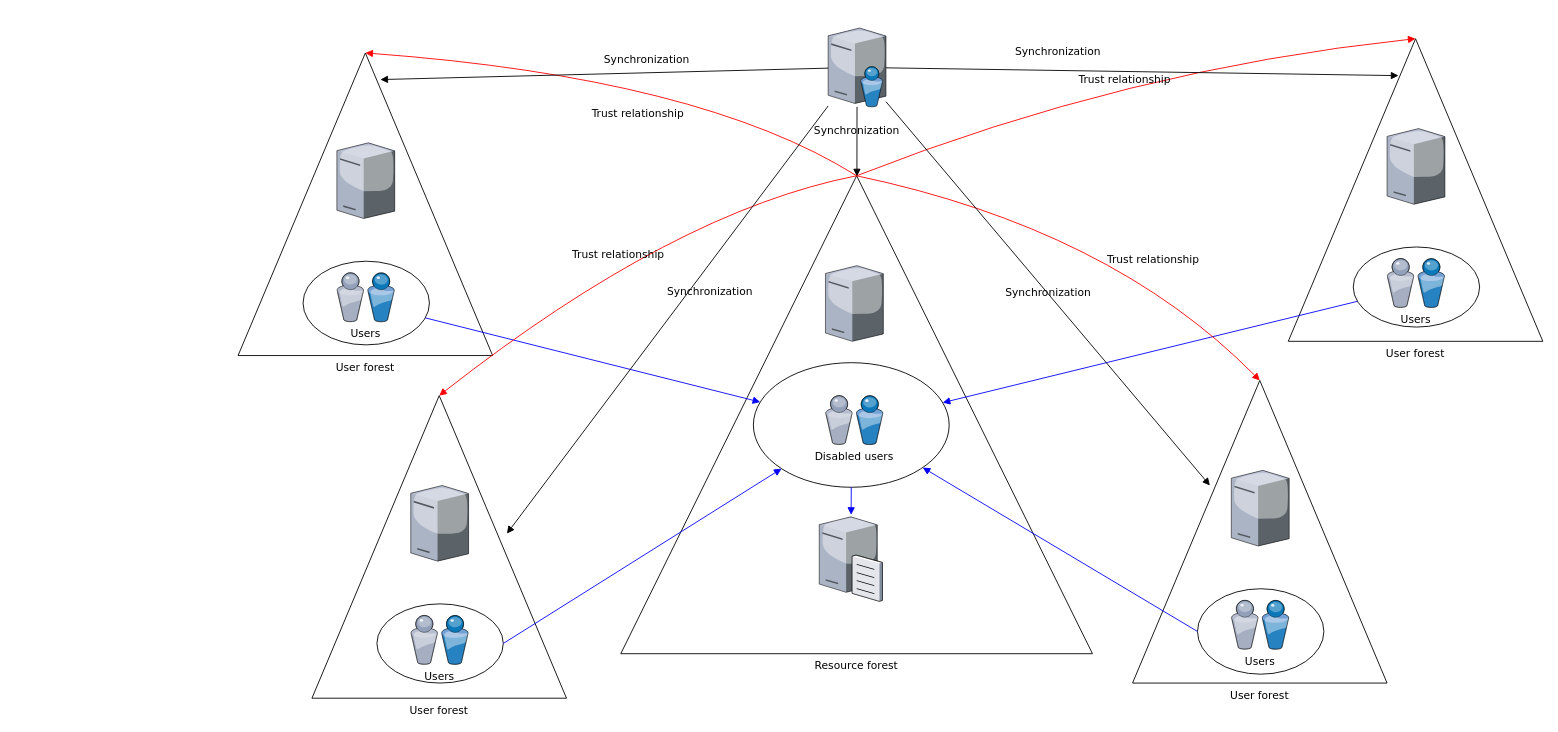
Prince-K-Ado/ChurchStreaming keeps this draw.io diagram as Church Streaming Diagram.drawio. Above is the earlier version. Source tidied: cells renumbered, new cells numbered last; positions are measured from the earlier drawing's top-left corner, leaving out a move shared by most shapes. Both pictures are drawn from the tidied source at 89%, with x=0, y=0 at pixel (238, 28).
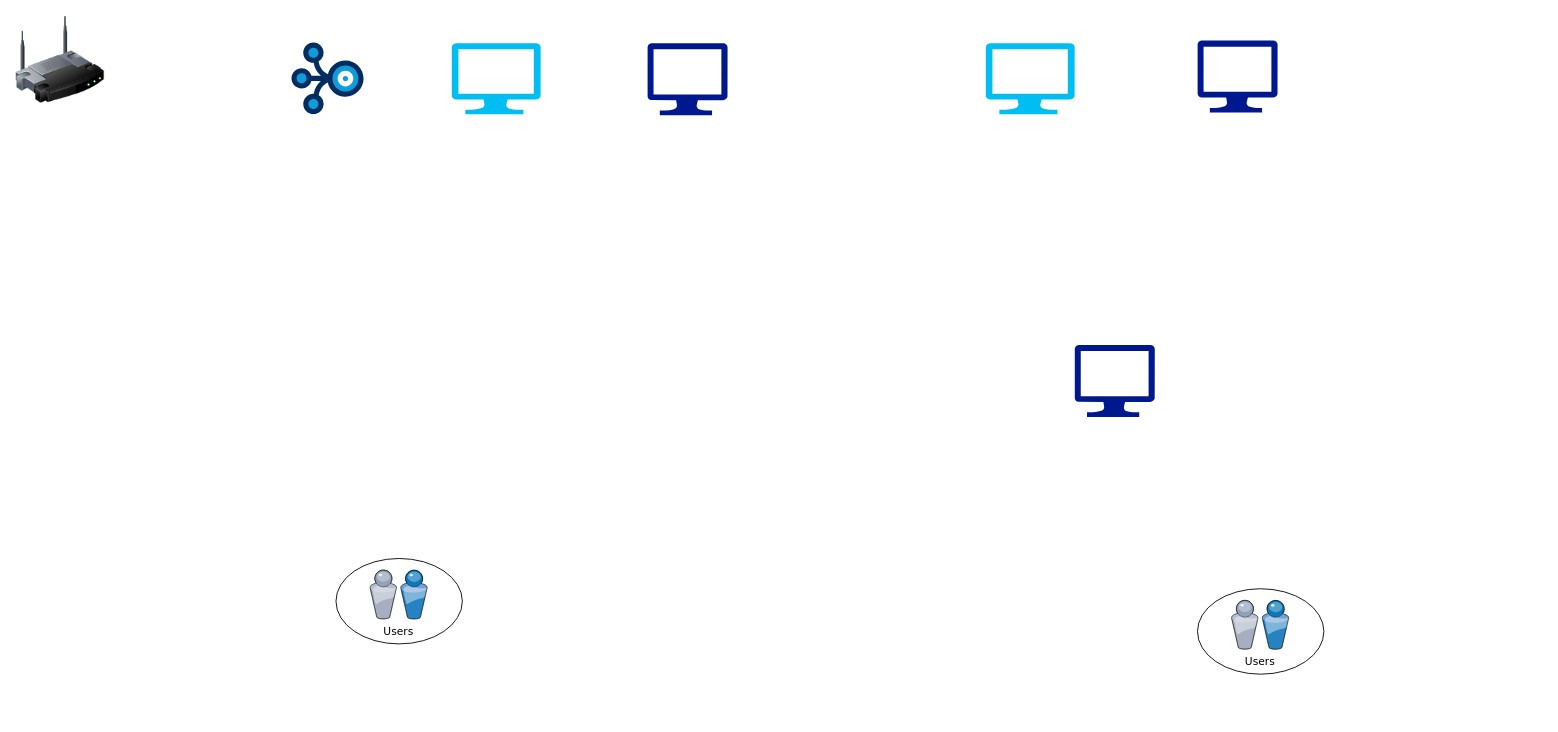
The same page after the edit.

Change to the diagram source:
```diff
@@
-    <mxCell id="2" value="Resource forest" style="triangle;whiteSpace=wrap;html=1;rounded=0;shadow=0;comic=0;strokeWidth=1;fontFamily=Verdana;direction=north;labelPosition=center;verticalLabelPosition=bottom;align=center;verticalAlign=top;" parent="1" vertex="1">
-      <mxGeometry x="430" y="166" width="530" height="537" as="geometry" />
-    </mxCell>
-    <mxCell id="3" value="User forest" style="triangle;whiteSpace=wrap;html=1;rounded=0;shadow=0;comic=0;strokeWidth=1;fontFamily=Verdana;direction=north;labelPosition=center;verticalLabelPosition=bottom;align=center;verticalAlign=top;" parent="1" vertex="1">
-      <mxGeometry y="28" width="286" height="340" as="geometry" />
-    </mxCell>
-    <mxCell id="4" style="ellipse;whiteSpace=wrap;html=1;rounded=0;shadow=0;comic=0;strokeWidth=1;fontFamily=Verdana;" parent="1" vertex="1">
-      <mxGeometry x="73" y="262" width="142" height="94" as="geometry" />
-    </mxCell>
-    <mxCell id="5" style="verticalLabelPosition=bottom;html=1;verticalAlign=top;strokeColor=none;shape=mxgraph.citrix.directory_server;rounded=0;shadow=0;comic=0;fontFamily=Verdana;" parent="1" vertex="1">
-      <mxGeometry x="663" width="65" height="88.5" as="geometry" />
-    </mxCell>
-    <mxCell id="6" style="verticalLabelPosition=bottom;html=1;verticalAlign=top;strokeColor=none;shape=mxgraph.citrix.file_server;rounded=0;shadow=0;comic=0;fontFamily=Verdana;" parent="1" vertex="1">
-      <mxGeometry x="653" y="547" width="71" height="97" as="geometry" />
-    </mxCell>
-    <mxCell id="7" value="Users" style="verticalLabelPosition=bottom;html=1;verticalAlign=top;strokeColor=none;shape=mxgraph.citrix.users;rounded=0;shadow=0;comic=0;fontFamily=Verdana;" parent="1" vertex="1">
-      <mxGeometry x="111" y="275" width="64.5" height="55" as="geometry" />
-    </mxCell>
-    <mxCell id="8" style="verticalLabelPosition=bottom;html=1;verticalAlign=top;strokeColor=none;shape=mxgraph.citrix.tower_server;rounded=0;shadow=0;comic=0;fontFamily=Verdana;" parent="1" vertex="1">
-      <mxGeometry x="111" y="129" width="65" height="85" as="geometry" />
-    </mxCell>
-    <mxCell id="9" style="ellipse;whiteSpace=wrap;html=1;rounded=0;shadow=0;comic=0;strokeWidth=1;fontFamily=Verdana;" parent="1" vertex="1">
-      <mxGeometry x="579" y="376" width="220" height="140" as="geometry" />
-    </mxCell>
-    <mxCell id="10" value="Disabled users" style="verticalLabelPosition=bottom;html=1;verticalAlign=top;strokeColor=none;shape=mxgraph.citrix.users;rounded=0;shadow=0;comic=0;fontFamily=Verdana;" parent="1" vertex="1">
-      <mxGeometry x="660" y="413" width="64.5" height="55" as="geometry" />
-    </mxCell>
-    <mxCell id="11" style="verticalLabelPosition=bottom;html=1;verticalAlign=top;strokeColor=none;shape=mxgraph.citrix.tower_server;rounded=0;shadow=0;comic=0;fontFamily=Verdana;" parent="1" vertex="1">
-      <mxGeometry x="660" y="267" width="65" height="85" as="geometry" />
-    </mxCell>
-    <mxCell id="12" value="User forest" style="triangle;whiteSpace=wrap;html=1;rounded=0;shadow=0;comic=0;strokeWidth=1;fontFamily=Verdana;direction=north;labelPosition=center;verticalLabelPosition=bottom;align=center;verticalAlign=top;" parent="1" vertex="1">
-      <mxGeometry x="1180" y="12" width="286" height="340" as="geometry" />
-    </mxCell>
-    <mxCell id="13" style="ellipse;whiteSpace=wrap;html=1;rounded=0;shadow=0;comic=0;strokeWidth=1;fontFamily=Verdana;" parent="1" vertex="1">
-      <mxGeometry x="1253" y="246" width="142" height="90" as="geometry" />
-    </mxCell>
-    <mxCell id="14" value="Users" style="verticalLabelPosition=bottom;html=1;verticalAlign=top;strokeColor=none;shape=mxgraph.citrix.users;rounded=0;shadow=0;comic=0;fontFamily=Verdana;" parent="1" vertex="1">
-      <mxGeometry x="1291" y="259" width="64.5" height="55" as="geometry" />
-    </mxCell>
-    <mxCell id="15" style="verticalLabelPosition=bottom;html=1;verticalAlign=top;strokeColor=none;shape=mxgraph.citrix.tower_server;rounded=0;shadow=0;comic=0;fontFamily=Verdana;" parent="1" vertex="1">
-      <mxGeometry x="1291" y="113" width="65" height="85" as="geometry" />
-    </mxCell>
-    <mxCell id="16" style="rounded=0;html=1;labelBackgroundColor=none;startArrow=none;startFill=0;endArrow=block;endFill=1;strokeColor=#0000FF;strokeWidth=1;fontFamily=Verdana;fontSize=12;" parent="1" edge="1" source="13" target="9">
-      <mxGeometry relative="1" as="geometry" />
-    </mxCell>
-    <mxCell id="17" style="rounded=0;html=1;labelBackgroundColor=none;startArrow=none;startFill=0;endArrow=block;endFill=1;strokeColor=#0000FF;strokeWidth=1;fontFamily=Verdana;fontSize=12;" parent="1" edge="1" source="4" target="9">
-      <mxGeometry relative="1" as="geometry" />
-    </mxCell>
-    <mxCell id="18" style="edgeStyle=none;rounded=0;html=1;exitX=0.5;exitY=1;labelBackgroundColor=none;startArrow=none;startFill=0;endArrow=block;endFill=1;strokeColor=#0000FF;strokeWidth=1;fontFamily=Verdana;fontSize=12;fontColor=#000000;" parent="1" edge="1" source="9" target="6">
-      <mxGeometry relative="1" as="geometry" />
-    </mxCell>
-    <mxCell id="19" value="Trust relationship" style="html=1;labelBackgroundColor=none;startArrow=none;startFill=0;endArrow=block;endFill=1;strokeColor=#FF0000;strokeWidth=1;fontFamily=Verdana;fontSize=12;entryX=1;entryY=0.5;curved=1;" parent="1" edge="1" target="12">
-      <mxGeometry x="-0.02" y="-10" relative="1" as="geometry">
-        <mxPoint x="695" y="166" as="sourcePoint" />
-        <Array as="points">
-          <mxPoint x="1000" y="46" />
-        </Array>
-      </mxGeometry>
-    </mxCell>
-    <mxCell id="20" value="Trust relationship" style="html=1;entryX=1;entryY=0.5;labelBackgroundColor=none;startArrow=none;startFill=0;endArrow=block;endFill=1;strokeColor=#FF0000;strokeWidth=1;fontFamily=Verdana;fontSize=12;curved=1;" parent="1" edge="1" target="3">
-      <mxGeometry x="-0.06" y="45" relative="1" as="geometry">
-        <mxPoint x="695" y="166" as="sourcePoint" />
-        <Array as="points">
-          <mxPoint x="520" y="56" />
-        </Array>
-      </mxGeometry>
-    </mxCell>
-    <mxCell id="21" value="Synchronization" style="rounded=0;html=1;entryX=0.878;entryY=0.433;entryPerimeter=0;labelBackgroundColor=none;startArrow=none;startFill=0;endArrow=block;endFill=1;strokeWidth=1;fontFamily=Verdana;fontSize=12;" parent="1" edge="1" source="5" target="12">
-      <mxGeometry x="-0.33" y="21" relative="1" as="geometry" />
-    </mxCell>
-    <mxCell id="22" value="Synchronization" style="edgeStyle=none;rounded=0;html=1;labelBackgroundColor=none;startArrow=none;startFill=0;endArrow=block;endFill=1;strokeWidth=1;fontFamily=Verdana;fontSize=12;" parent="1" edge="1" source="5" target="2">
-      <mxGeometry x="-0.3" relative="1" as="geometry" />
-    </mxCell>
-    <mxCell id="23" value="Synchronization" style="edgeStyle=none;rounded=0;html=1;entryX=0.912;entryY=0.559;entryPerimeter=0;labelBackgroundColor=none;startArrow=none;startFill=0;endArrow=block;endFill=1;strokeWidth=1;fontFamily=Verdana;fontSize=12;" parent="1" edge="1" source="5" target="3">
-      <mxGeometry x="-0.19" y="-14" relative="1" as="geometry" />
-    </mxCell>
-    <mxCell id="24" value="User forest" style="triangle;whiteSpace=wrap;html=1;rounded=0;shadow=0;comic=0;strokeWidth=1;fontFamily=Verdana;direction=north;labelPosition=center;verticalLabelPosition=bottom;align=center;verticalAlign=top;" parent="1" vertex="1">
-      <mxGeometry x="83" y="413" width="286" height="340" as="geometry" />
-    </mxCell>
-    <mxCell id="25" style="ellipse;whiteSpace=wrap;html=1;rounded=0;shadow=0;comic=0;strokeWidth=1;fontFamily=Verdana;" parent="1" vertex="1">
-      <mxGeometry x="156" y="647" width="142" height="89" as="geometry" />
-    </mxCell>
-    <mxCell id="26" value="Users" style="verticalLabelPosition=bottom;html=1;verticalAlign=top;strokeColor=none;shape=mxgraph.citrix.users;rounded=0;shadow=0;comic=0;fontFamily=Verdana;" parent="1" vertex="1">
-      <mxGeometry x="194" y="660" width="64.5" height="55" as="geometry" />
-    </mxCell>
-    <mxCell id="27" style="verticalLabelPosition=bottom;html=1;verticalAlign=top;strokeColor=none;shape=mxgraph.citrix.tower_server;rounded=0;shadow=0;comic=0;fontFamily=Verdana;" parent="1" vertex="1">
-      <mxGeometry x="194" y="514" width="65" height="85" as="geometry" />
-    </mxCell>
-    <mxCell id="28" value="User forest" style="triangle;whiteSpace=wrap;html=1;rounded=0;shadow=0;comic=0;strokeWidth=1;fontFamily=Verdana;direction=north;labelPosition=center;verticalLabelPosition=bottom;align=center;verticalAlign=top;" parent="1" vertex="1">
-      <mxGeometry x="1005" y="396" width="286" height="340" as="geometry" />
-    </mxCell>
+    <mxCell id="38" style="image;html=1;image=img/lib/clip_art/networking/Wireless_Router_128x128.png;" parent="1" vertex="1">
+      <mxGeometry x="-250" y="-14" width="100" height="100" as="geometry" />
+    </mxCell>
+    <mxCell id="39" style="verticalLabelPosition=bottom;html=1;shape=mxgraph.salesforce.stream;" parent="1" vertex="1">
+      <mxGeometry x="60" y="16" width="81" height="81" as="geometry" />
+    </mxCell>
+    <mxCell id="40" style="verticalLabelPosition=bottom;html=1;verticalAlign=top;align=center;strokeColor=none;fillColor=#00BEF2;shape=mxgraph.azure.computer;" parent="1" vertex="1">
+      <mxGeometry x="240" y="17" width="100" height="80" as="geometry" />
+    </mxCell>
+    <mxCell id="41" style="sketch=0;shadow=0;dashed=0;html=1;strokeColor=none;labelPosition=center;verticalLabelPosition=bottom;verticalAlign=top;align=center;fillColor=#00188D;shape=mxgraph.azure.computer;" parent="1" vertex="1">
+      <mxGeometry x="460" y="17" width="90" height="81" as="geometry" />
+    </mxCell>
+    <mxCell id="42" style="verticalLabelPosition=bottom;html=1;verticalAlign=top;align=center;strokeColor=none;fillColor=#00BEF2;shape=mxgraph.azure.computer;" parent="1" vertex="1">
+      <mxGeometry x="840" y="17" width="100" height="80" as="geometry" />
+    </mxCell>
+    <mxCell id="43" style="sketch=0;shadow=0;dashed=0;html=1;strokeColor=none;labelPosition=center;verticalLabelPosition=bottom;verticalAlign=top;align=center;fillColor=#00188D;shape=mxgraph.azure.computer;" parent="1" vertex="1">
+      <mxGeometry x="1078" y="14" width="90" height="81" as="geometry" />
+    </mxCell>
+    <mxCell id="44" style="sketch=0;shadow=0;dashed=0;html=1;strokeColor=none;labelPosition=center;verticalLabelPosition=bottom;verticalAlign=top;align=center;fillColor=#00188D;shape=mxgraph.azure.computer;" parent="1" vertex="1">
+      <mxGeometry x="940" y="356" width="90" height="81" as="geometry" />
+    </mxCell>
+    <mxCell id="45" style="group;" parent="1" vertex="1">
+      <mxGeometry x="1078" y="630" width="142" height="96" as="geometry" />
+    </mxCell>
-    <mxCell id="29" style="ellipse;whiteSpace=wrap;html=1;rounded=0;shadow=0;comic=0;strokeWidth=1;fontFamily=Verdana;" parent="1" vertex="1">
-      <mxGeometry x="1078" y="630" width="142" height="96" as="geometry" />
+    <mxCell id="29" style="ellipse;whiteSpace=wrap;html=1;rounded=0;shadow=0;comic=0;strokeWidth=1;fontFamily=Verdana;" parent="45" vertex="1">
+      <mxGeometry width="142" height="96" as="geometry" />
     </mxCell>
-    <mxCell id="30" value="Users" style="verticalLabelPosition=bottom;html=1;verticalAlign=top;strokeColor=none;shape=mxgraph.citrix.users;rounded=0;shadow=0;comic=0;fontFamily=Verdana;" parent="1" vertex="1">
-      <mxGeometry x="1116" y="643" width="64.5" height="55" as="geometry" />
+    <mxCell id="30" value="Users" style="verticalLabelPosition=bottom;html=1;verticalAlign=top;strokeColor=none;shape=mxgraph.citrix.users;rounded=0;shadow=0;comic=0;fontFamily=Verdana;" parent="45" vertex="1">
+      <mxGeometry x="38" y="13" width="64.5" height="55" as="geometry" />
     </mxCell>
-    <mxCell id="31" style="verticalLabelPosition=bottom;html=1;verticalAlign=top;strokeColor=none;shape=mxgraph.citrix.tower_server;rounded=0;shadow=0;comic=0;fontFamily=Verdana;" parent="1" vertex="1">
-      <mxGeometry x="1116" y="497" width="65" height="85" as="geometry" />
-    </mxCell>
-    <mxCell id="32" style="edgeStyle=none;rounded=0;html=1;exitX=1;exitY=0.5;labelBackgroundColor=none;startFill=0;endArrow=block;endFill=1;strokeColor=#0000FF;strokeWidth=1;fontFamily=Verdana;fontSize=12;" parent="1" edge="1" source="25" target="9">
-      <mxGeometry relative="1" as="geometry" />
-    </mxCell>
-    <mxCell id="33" style="edgeStyle=none;rounded=0;html=1;exitX=0;exitY=0.5;labelBackgroundColor=none;startFill=0;endArrow=block;endFill=1;strokeColor=#0000FF;strokeWidth=1;fontFamily=Verdana;fontSize=12;" parent="1" edge="1" source="29" target="9">
-      <mxGeometry relative="1" as="geometry" />
-    </mxCell>
-    <mxCell id="34" value="Trust relationship" style="html=1;exitX=1;exitY=0.5;labelBackgroundColor=none;startFill=0;endArrow=block;endFill=1;strokeColor=#FF0000;strokeWidth=1;fontFamily=Verdana;fontSize=12;entryX=1;entryY=0.5;curved=1;" parent="1" edge="1" source="2" target="24">
-      <mxGeometry x="0.06" relative="1" as="geometry">
-        <Array as="points">
-          <mxPoint x="490" y="206" />
-        </Array>
-      </mxGeometry>
-    </mxCell>
-    <mxCell id="35" value="Trust relationship" style="html=1;exitX=1;exitY=0.5;entryX=1;entryY=0.5;labelBackgroundColor=none;startFill=0;endArrow=block;endFill=1;strokeColor=#FF0000;strokeWidth=1;fontFamily=Verdana;fontSize=12;curved=1;" parent="1" edge="1" source="2" target="28">
-      <mxGeometry x="0.32" y="10" relative="1" as="geometry">
-        <Array as="points">
-          <mxPoint x="980" y="226" />
-        </Array>
-      </mxGeometry>
-    </mxCell>
-    <mxCell id="36" value="Synchronization" style="edgeStyle=none;rounded=0;html=1;entryX=0.653;entryY=0.304;entryPerimeter=0;labelBackgroundColor=none;startFill=0;endArrow=block;endFill=1;strokeWidth=1;fontFamily=Verdana;fontSize=12;" parent="1" edge="1" source="5" target="28">
-      <mxGeometry relative="1" as="geometry" />
-    </mxCell>
-    <mxCell id="37" value="Synchronization" style="edgeStyle=none;rounded=0;html=1;entryX=0.544;entryY=0.766;entryPerimeter=0;labelBackgroundColor=none;startFill=0;endArrow=block;endFill=1;strokeWidth=1;fontFamily=Verdana;fontSize=12;" parent="1" edge="1" source="5" target="24">
-      <mxGeometry x="-0.18" y="19" relative="1" as="geometry" />
-    </mxCell>
+    <mxCell id="46" style="group;" parent="1" vertex="1">
+      <mxGeometry x="110" y="596" width="142" height="96" as="geometry" />
+    </mxCell>
+    <mxCell id="47" style="ellipse;whiteSpace=wrap;html=1;rounded=0;shadow=0;comic=0;strokeWidth=1;fontFamily=Verdana;" parent="46" vertex="1">
+      <mxGeometry width="142" height="96" as="geometry" />
+    </mxCell>
+    <mxCell id="48" value="Users" style="verticalLabelPosition=bottom;html=1;verticalAlign=top;strokeColor=none;shape=mxgraph.citrix.users;rounded=0;shadow=0;comic=0;fontFamily=Verdana;" parent="46" vertex="1">
+      <mxGeometry x="38" y="13" width="64.5" height="55" as="geometry" />
+    </mxCell>
```
